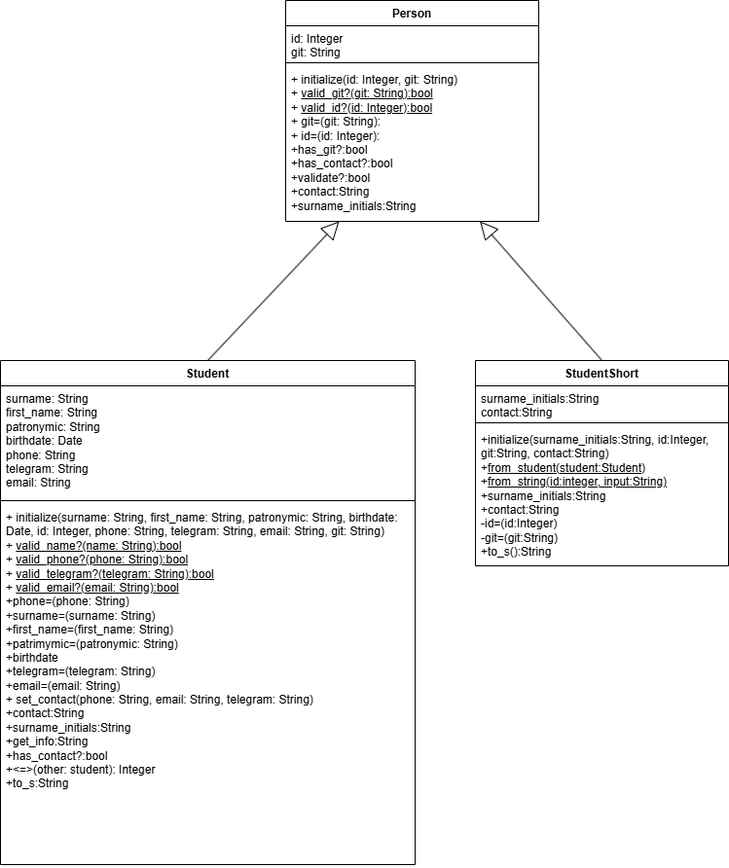
This is student/class_diagram.drawio.png from emefutty/patterns, a draw.io export, as it was before one commit. Source tidied: cells renumbered, new cells last; positions are measured from the earlier drawing's top-left corner, leaving out a move shared by most shapes.
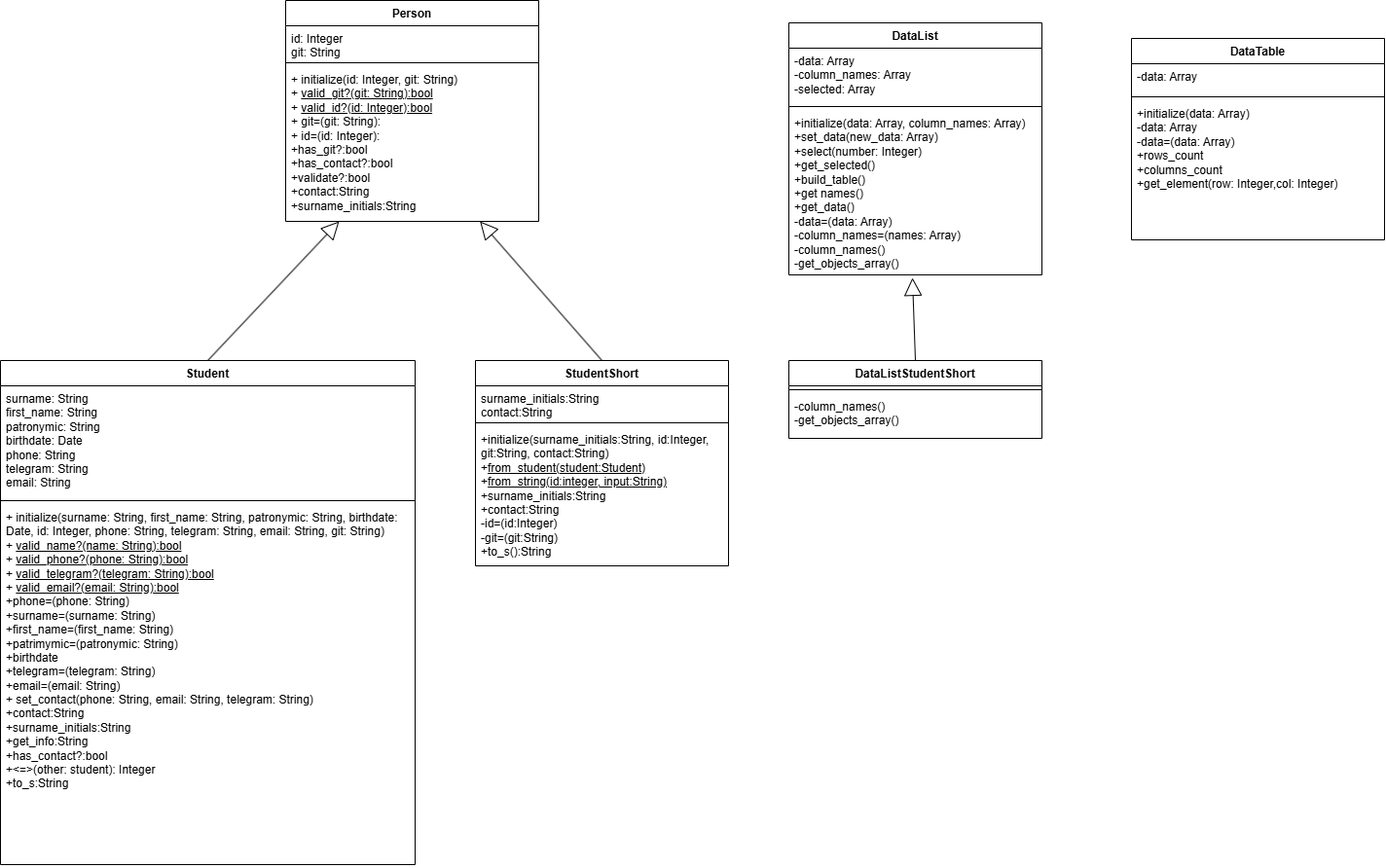
After the commit.

Commit message:
lab 4 task 1 diagram

The edit, as a diff of the source:
```diff
@@ -44,5 +44,43 @@
     <mxCell id="15" value="&lt;div&gt;+ initialize(surname: String, first_name: String, patronymic: String, birthdate: Date,&amp;nbsp;id: Integer,&amp;nbsp;phone: String, telegram: String, email: String, git: String&lt;span style=&quot;background-color: initial;&quot;&gt;)&lt;/span&gt;&lt;div&gt;&lt;div&gt;&lt;span style=&quot;background-color: initial;&quot;&gt;+&amp;nbsp;&lt;/span&gt;&lt;u style=&quot;background-color: initial;&quot;&gt;valid_name?(name: String):bool&lt;/u&gt;&lt;/div&gt;&lt;div&gt;+&amp;nbsp;&lt;u&gt;valid_phone?(phone: String):bool&lt;/u&gt;&lt;/div&gt;&lt;div&gt;+&amp;nbsp;&lt;u&gt;valid_telegram?(telegram: String):bool&lt;/u&gt;&lt;/div&gt;&lt;div&gt;+&amp;nbsp;&lt;u&gt;valid_email?(email: String):bool&lt;/u&gt;&lt;/div&gt;&lt;/div&gt;&lt;div&gt;+phone=(phone: String)&lt;/div&gt;&lt;div&gt;+surname=(surname: String)&lt;/div&gt;&lt;div&gt;+first_name=(first_name: String)&lt;/div&gt;&lt;div&gt;+patrimymic=(patronymic: String)&lt;/div&gt;&lt;div&gt;+birthdate&lt;/div&gt;&lt;div&gt;+telegram=(telegram: String)&lt;/div&gt;&lt;div&gt;+email=(email: String)&lt;/div&gt;&lt;div&gt;&lt;div&gt;&lt;span style=&quot;background-color: initial;&quot;&gt;+ set_contact(phone: String, email: String, telegram: String)&lt;/span&gt;&lt;/div&gt;&lt;div&gt;&lt;span style=&quot;background-color: initial;&quot;&gt;+contact:String&lt;/span&gt;&lt;/div&gt;&lt;/div&gt;&lt;div&gt;&lt;span style=&quot;background-color: initial;&quot;&gt;+surname_initials:String&lt;/span&gt;&lt;/div&gt;&lt;div&gt;&lt;span style=&quot;background-color: initial;&quot;&gt;+get_info:String&lt;/span&gt;&lt;/div&gt;&lt;div&gt;+has_contact?:bool&lt;span style=&quot;background-color: initial;&quot;&gt;&lt;/span&gt;&lt;/div&gt;&lt;div&gt;+&amp;lt;=&amp;gt;(other: student): Integer&lt;/div&gt;&lt;div&gt;+to_s:String&lt;/div&gt;&lt;/div&gt;&lt;div&gt;&lt;br&gt;&lt;/div&gt;" style="text;strokeColor=none;fillColor=none;align=left;verticalAlign=top;spacingLeft=4;spacingRight=4;overflow=hidden;whiteSpace=wrap;html=1;" parent="12" vertex="1">
       <mxGeometry y="148" width="426" height="370" as="geometry" />
     </mxCell>
+    <mxCell id="16" value="DataList" style="swimlane;fontStyle=1;align=center;verticalAlign=top;horizontal=1;startSize=26;whiteSpace=wrap;html=1;" parent="1" vertex="1">
+      <mxGeometry x="810" y="23" width="260" height="259" as="geometry" />
+    </mxCell>
+    <mxCell id="17" value="-data: Array&lt;div&gt;-column_names: Array&lt;/div&gt;&lt;div&gt;-selected: Array&lt;/div&gt;" style="text;strokeColor=none;fillColor=none;align=left;verticalAlign=top;spacingLeft=4;spacingRight=4;overflow=hidden;whiteSpace=wrap;html=1;" parent="16" vertex="1">
+      <mxGeometry y="26" width="260" height="56" as="geometry" />
+    </mxCell>
+    <mxCell id="18" style="line;strokeWidth=1;fillColor=none;align=left;verticalAlign=middle;spacingTop=-1;spacingLeft=3;spacingRight=3;labelPosition=right;strokeColor=inherit;" parent="16" vertex="1">
+      <mxGeometry y="82" width="260" height="8" as="geometry" />
+    </mxCell>
+    <mxCell id="19" value="+initialize(data: Array, column_names: Array)&lt;div&gt;+set_data(new_data: Array)&lt;/div&gt;&lt;div&gt;+select(number: Integer)&lt;/div&gt;&lt;div&gt;+get_selected()&lt;/div&gt;&lt;div&gt;+build_table()&lt;/div&gt;&lt;div&gt;&lt;span style=&quot;background-color: transparent; color: light-dark(rgb(0, 0, 0), rgb(255, 255, 255));&quot;&gt;+get names()&lt;/span&gt;&lt;/div&gt;&lt;div&gt;&lt;span style=&quot;background-color: transparent; color: light-dark(rgb(0, 0, 0), rgb(255, 255, 255));&quot;&gt;+get_data()&lt;/span&gt;&lt;/div&gt;&lt;div&gt;&lt;span style=&quot;background-color: transparent; color: light-dark(rgb(0, 0, 0), rgb(255, 255, 255));&quot;&gt;-data=(data: Array)&lt;/span&gt;&lt;/div&gt;&lt;div&gt;&lt;span style=&quot;background-color: transparent; color: light-dark(rgb(0, 0, 0), rgb(255, 255, 255));&quot;&gt;-column_names=(names: Array)&lt;/span&gt;&lt;/div&gt;&lt;div&gt;&lt;span style=&quot;background-color: transparent;&quot;&gt;-column_names()&lt;/span&gt;&lt;/div&gt;&lt;div&gt;&lt;span style=&quot;background-color: transparent;&quot;&gt;-get_objects_array()&lt;/span&gt;&lt;/div&gt;" style="text;strokeColor=none;fillColor=none;align=left;verticalAlign=top;spacingLeft=4;spacingRight=4;overflow=hidden;whiteSpace=wrap;html=1;" parent="16" vertex="1">
+      <mxGeometry y="90" width="260" height="169" as="geometry" />
+    </mxCell>
+    <mxCell id="20" value="DataListStudentShort" style="swimlane;fontStyle=1;align=center;verticalAlign=top;horizontal=1;startSize=26;whiteSpace=wrap;html=1;" parent="1" vertex="1">
+      <mxGeometry x="810" y="370" width="260" height="80" as="geometry" />
+    </mxCell>
+    <mxCell id="21" style="line;strokeWidth=1;fillColor=none;align=left;verticalAlign=middle;spacingTop=-1;spacingLeft=3;spacingRight=3;labelPosition=right;strokeColor=inherit;" parent="20" vertex="1">
+      <mxGeometry y="26" width="260" height="8" as="geometry" />
+    </mxCell>
+    <mxCell id="22" value="&lt;div&gt;-column_names()&lt;/div&gt;&lt;div&gt;-get_objects_array()&lt;/div&gt;" style="text;strokeColor=none;fillColor=none;align=left;verticalAlign=top;spacingLeft=4;spacingRight=4;overflow=hidden;whiteSpace=wrap;html=1;" parent="20" vertex="1">
+      <mxGeometry y="34" width="260" height="46" as="geometry" />
+    </mxCell>
+    <mxCell id="23" value="DataTable" style="swimlane;fontStyle=1;align=center;verticalAlign=top;horizontal=1;startSize=26;whiteSpace=wrap;html=1;" parent="1" vertex="1">
+      <mxGeometry x="1162" y="39" width="260" height="207" as="geometry" />
+    </mxCell>
+    <mxCell id="24" value="-data: Array" style="text;strokeColor=none;fillColor=none;align=left;verticalAlign=top;spacingLeft=4;spacingRight=4;overflow=hidden;whiteSpace=wrap;html=1;" parent="23" vertex="1">
+      <mxGeometry y="26" width="260" height="30" as="geometry" />
+    </mxCell>
+    <mxCell id="25" style="line;strokeWidth=1;fillColor=none;align=left;verticalAlign=middle;spacingTop=-1;spacingLeft=3;spacingRight=3;labelPosition=right;strokeColor=inherit;" parent="23" vertex="1">
+      <mxGeometry y="56" width="260" height="8" as="geometry" />
+    </mxCell>
+    <mxCell id="26" value="+initialize(data: Array)&lt;div&gt;-data: Array&lt;/div&gt;&lt;div&gt;-data=(data: Array)&lt;/div&gt;&lt;div&gt;+rows_count&lt;/div&gt;&lt;div&gt;+columns_count&lt;/div&gt;&lt;div&gt;+get_element(row: Integer,col: Integer)&lt;/div&gt;" style="text;strokeColor=none;fillColor=none;align=left;verticalAlign=top;spacingLeft=4;spacingRight=4;overflow=hidden;whiteSpace=wrap;html=1;" parent="23" vertex="1">
+      <mxGeometry y="64" width="260" height="143" as="geometry" />
+    </mxCell>
+    <mxCell id="27" style="endArrow=block;endSize=16;endFill=0;html=1;rounded=0;exitX=0.5;exitY=0;exitDx=0;exitDy=0;" parent="1" edge="1" source="20">
+      <mxGeometry x="-0.5" y="60" relative="1" as="geometry">
+        <mxPoint x="937" y="285" as="targetPoint" />
+      </mxGeometry>
+    </mxCell>
   </root>
 </mxGraphModel>
```
